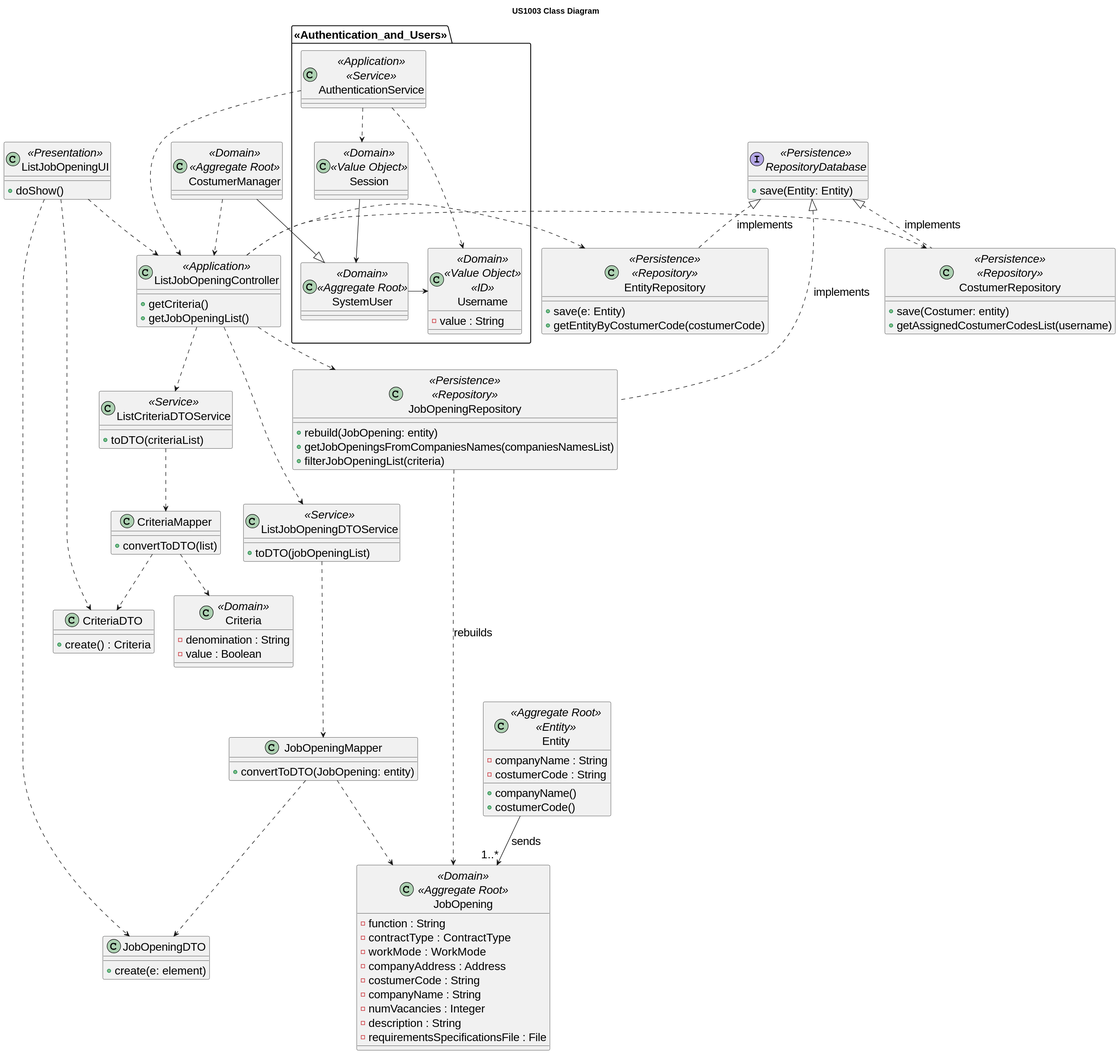
This is docs/sb_us_1003/US1003_Class_Diagram/US1003_class_diagram.svg from rita-barbosa/LAPR4-2324, a PlantUML export, as it was before one commit. Its diagram source:
```plantuml
@startuml
skinparamlocked defaultFontSize 20

title US1003 Class Diagram

class JobOpeningMapper {
+ convertToDTO(JobOpening: entity)
}

class JobOpeningDTO {
+ create(e: element)
}

class CriteriaMapper {
+ convertToDTO(list)
}

class CriteriaDTO {
+ create() : Criteria
}

class ListCriteriaDTOService <<Service>> {
+ toDTO(criteriaList)
}

class ListJobOpeningDTOService <<Service>> {
+ toDTO(jobOpeningList)
}



class ListJobOpeningUI <<Presentation>> {
+ doShow()
}


class ListJobOpeningController <<Application>> {
+ getCriteria()
+ getJobOpeningList()
}



class Criteria <<Domain>> {
- denomination : String
- value : Boolean
}


package <<Authentication_and_Users>> {
class AuthenticationService <<Application>> <<Service>> {
}
class Session <<Domain>> <<Value Object>> {}
class SystemUser <<Domain>> <<Aggregate Root>> {}
class Username <<Domain>> <<Value Object>> <<ID>> {
- value : String
}
}

class CostumerManager <<Domain>> <<Aggregate Root>> {}

class JobOpening <<Domain>> <<Aggregate Root>> {
- function : String
- contractType : ContractType
- workMode : WorkMode
- companyAddress : Address
- costumerCode : String
- companyName : String
- numVacancies : Integer
- description : String
- requirementsSpecificationsFile : File
}


class Entity <<Aggregate Root>> <<Entity>> {
- companyName : String
- costumerCode : String
+ companyName()
+ costumerCode()
}


class JobOpeningRepository <<Persistence>> <<Repository>> {
+ rebuild(JobOpening: entity)
+ getJobOpeningsFromCompaniesNames(companiesNamesList)
+ filterJobOpeningList(criteria)
}

class CostumerRepository <<Persistence>> <<Repository>> {
+ save(Costumer: entity)
+ getAssignedCostumerCodesList(username)
}

class EntityRepository  <<Persistence>> <<Repository>>  {
+ save(e: Entity)
+ getEntityByCostumerCode(costumerCode)
}

interface RepositoryDatabase <<Persistence>> {
+ save(Entity: Entity)
}


CostumerManager ..> ListJobOpeningController
ListJobOpeningUI ..> ListJobOpeningController
ListJobOpeningController .> CostumerRepository
ListJobOpeningController .> EntityRepository
ListJobOpeningController ..> JobOpeningRepository

Entity --> "1..*" JobOpening : sends

JobOpeningRepository ..> JobOpening : rebuilds

RepositoryDatabase <|.. JobOpeningRepository : implements
RepositoryDatabase <|.. CostumerRepository : implements
RepositoryDatabase <|.. EntityRepository : implements

JobOpeningMapper ..> JobOpeningDTO
CriteriaMapper ..> CriteriaDTO
CriteriaMapper ..> Criteria
ListCriteriaDTOService ..> CriteriaMapper
ListJobOpeningController ..> ListCriteriaDTOService
ListJobOpeningController ...> ListJobOpeningDTOService
ListJobOpeningDTOService ...> JobOpeningMapper
JobOpeningMapper ..> JobOpening
ListJobOpeningUI ..> JobOpeningDTO
ListJobOpeningUI ..> CriteriaDTO

Session --> SystemUser
SystemUser -> Username
AuthenticationService ..> Username
AuthenticationService ..> Session
AuthenticationService ..> ListJobOpeningController
CostumerManager --|> SystemUser
@enduml
```
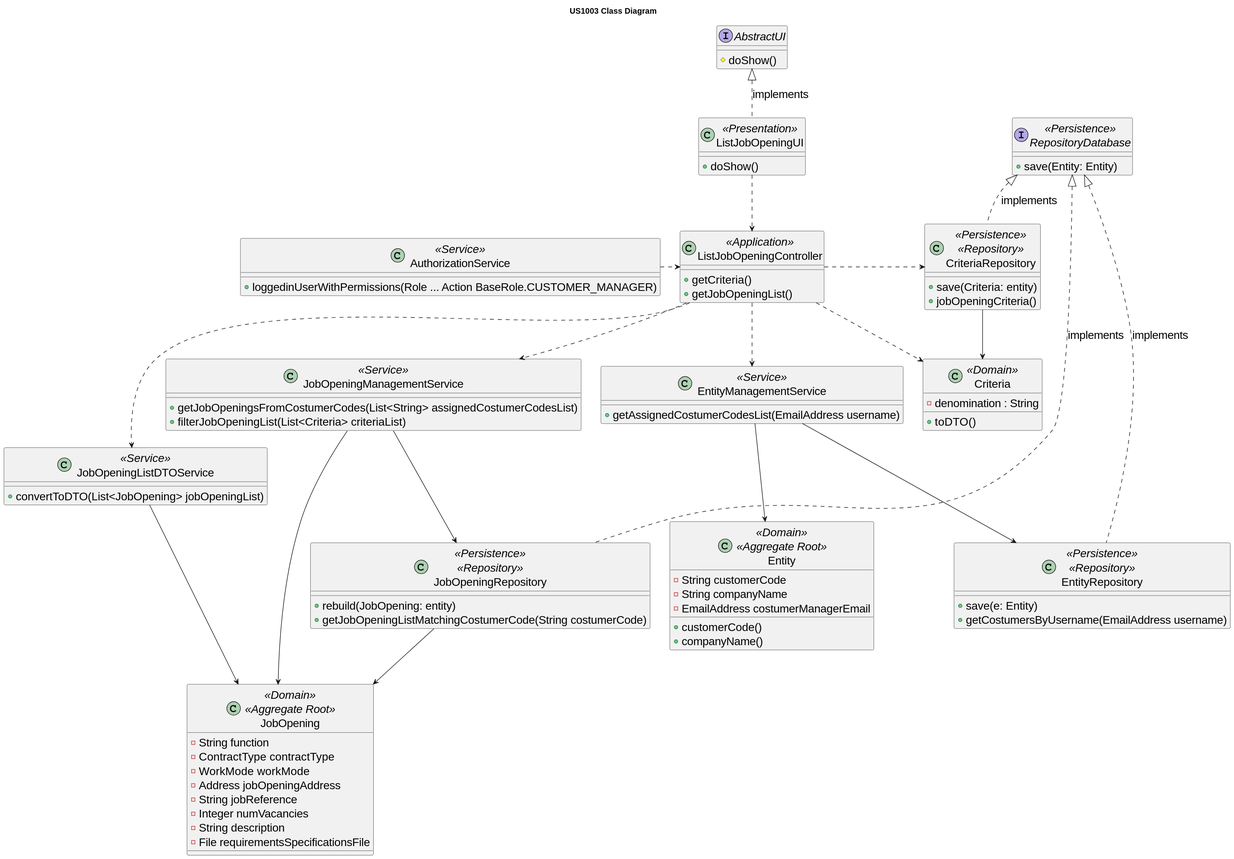
Above is the later version.

Commit message:
docs: US1003 design diagrams and text update [#30]

Change to the diagram source:
```diff
@@ -3,97 +3,73 @@
 
 title US1003 Class Diagram
 
-class JobOpeningMapper {
-+ convertToDTO(JobOpening: entity)
+interface AbstractUI{
+# doShow()
 }
 
-class JobOpeningDTO {
-+ create(e: element)
+class EntityManagementService <<Service>> {
++ getAssignedCostumerCodesList(EmailAddress username)
 }
 
-class CriteriaMapper {
-+ convertToDTO(list)
+class Entity <<Domain>> <<Aggregate Root>> {
+- String customerCode
+- String companyName
+- EmailAddress costumerManagerEmail
++ customerCode()
++ companyName()
 }
 
-class CriteriaDTO {
-+ create() : Criteria
+class JobOpeningManagementService <<Service>> {
++ getJobOpeningsFromCostumerCodes(List<String> assignedCostumerCodesList)
++ filterJobOpeningList(List<Criteria> criteriaList)
 }
 
-class ListCriteriaDTOService <<Service>> {
-+ toDTO(criteriaList)
+class JobOpeningListDTOService <<Service>> {
++ convertToDTO(List<JobOpening> jobOpeningList)
 }
-
-class ListJobOpeningDTOService <<Service>> {
-+ toDTO(jobOpeningList)
-}
-
-
 
 class ListJobOpeningUI <<Presentation>> {
 + doShow()
 }
-
 
 class ListJobOpeningController <<Application>> {
 + getCriteria()
 + getJobOpeningList()
 }
 
-
-
 class Criteria <<Domain>> {
 - denomination : String
-- value : Boolean
++ toDTO()
 }
 
-
-package <<Authentication_and_Users>> {
-class AuthenticationService <<Application>> <<Service>> {
-}
-class Session <<Domain>> <<Value Object>> {}
-class SystemUser <<Domain>> <<Aggregate Root>> {}
-class Username <<Domain>> <<Value Object>> <<ID>> {
-- value : String
-}
+class AuthorizationService <<Service>> {
++ loggedinUserWithPermissions(Role ... Action BaseRole.CUSTOMER_MANAGER)
 }
 
-class CostumerManager <<Domain>> <<Aggregate Root>> {}
-
 class JobOpening <<Domain>> <<Aggregate Root>> {
-- function : String
-- contractType : ContractType
-- workMode : WorkMode
-- companyAddress : Address
-- costumerCode : String
-- companyName : String
-- numVacancies : Integer
-- description : String
-- requirementsSpecificationsFile : File
+- String function
+- ContractType contractType
+- WorkMode workMode
+- Address jobOpeningAddress
+- String jobReference
+- Integer numVacancies
+- String description
+- File requirementsSpecificationsFile
 }
-
-
-class Entity <<Aggregate Root>> <<Entity>> {
-- companyName : String
-- costumerCode : String
-+ companyName()
-+ costumerCode()
-}
-
 
 class JobOpeningRepository <<Persistence>> <<Repository>> {
 + rebuild(JobOpening: entity)
-+ getJobOpeningsFromCompaniesNames(companiesNamesList)
-+ filterJobOpeningList(criteria)
++ getJobOpeningListMatchingCostumerCode(String costumerCode)
 }
 
-class CostumerRepository <<Persistence>> <<Repository>> {
-+ save(Costumer: entity)
-+ getAssignedCostumerCodesList(username)
+class CriteriaRepository <<Persistence>> <<Repository>> {
++ save(Criteria: entity)
++ jobOpeningCriteria()
 }
 
 class EntityRepository  <<Persistence>> <<Repository>>  {
 + save(e: Entity)
-+ getEntityByCostumerCode(costumerCode)
++ getCostumersByUsername(EmailAddress username)
 }
 
 interface RepositoryDatabase <<Persistence>> {
@@ -101,35 +77,28 @@
 }
 
 
-CostumerManager ..> ListJobOpeningController
 ListJobOpeningUI ..> ListJobOpeningController
-ListJobOpeningController .> CostumerRepository
-ListJobOpeningController .> EntityRepository
-ListJobOpeningController ..> JobOpeningRepository
+ListJobOpeningController .> CriteriaRepository
+ListJobOpeningController .> Criteria
+ListJobOpeningController ..> EntityManagementService
+ListJobOpeningController ..> JobOpeningManagementService
+ListJobOpeningController ..> JobOpeningListDTOService
 
-Entity --> "1..*" JobOpening : sends
+EntityManagementService -down-> EntityRepository
+EntityManagementService --> Entity
+JobOpeningManagementService --> JobOpeningRepository
+JobOpeningManagementService --> JobOpening
+JobOpeningListDTOService --> JobOpening
 
-JobOpeningRepository ..> JobOpening : rebuilds
+
+CriteriaRepository --> Criteria
+JobOpeningRepository --> JobOpening
 
 RepositoryDatabase <|.. JobOpeningRepository : implements
-RepositoryDatabase <|.. CostumerRepository : implements
+RepositoryDatabase <|.. CriteriaRepository : implements
 RepositoryDatabase <|.. EntityRepository : implements
 
-JobOpeningMapper ..> JobOpeningDTO
-CriteriaMapper ..> CriteriaDTO
-CriteriaMapper ..> Criteria
-ListCriteriaDTOService ..> CriteriaMapper
-ListJobOpeningController ..> ListCriteriaDTOService
-ListJobOpeningController ...> ListJobOpeningDTOService
-ListJobOpeningDTOService ...> JobOpeningMapper
-JobOpeningMapper ..> JobOpening
-ListJobOpeningUI ..> JobOpeningDTO
-ListJobOpeningUI ..> CriteriaDTO
+AbstractUI <|.. ListJobOpeningUI : implements
 
-Session --> SystemUser
-SystemUser -> Username
-AuthenticationService ..> Username
-AuthenticationService ..> Session
-AuthenticationService ..> ListJobOpeningController
-CostumerManager --|> SystemUser
+AuthorizationService .right.> ListJobOpeningController
 @enduml
```
